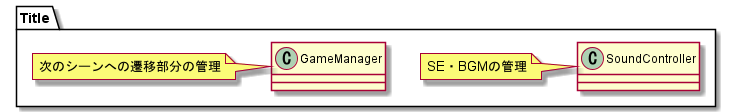
Before: Assets/_SlimeCatch/Docs/Title.png, a diagram exported from PlantUML (RiseManagement/SlimeCatch).
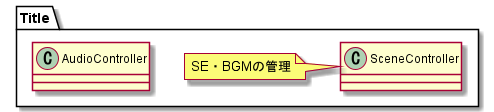
Later version of the same file.

Commit message:
docs: タイトルとステージ選択シーンのクラス図の更新

What changed in the source:
```diff
@@ -1,10 +1,9 @@
 @startuml
 
 namespace Title{
-    class SoundController
+    class SceneController
     note left: SE・BGMの管理
-    class GameManager
-    note left: 次のシーンへの遷移部分の管理
+    class AudioController
 
 }
 
```
